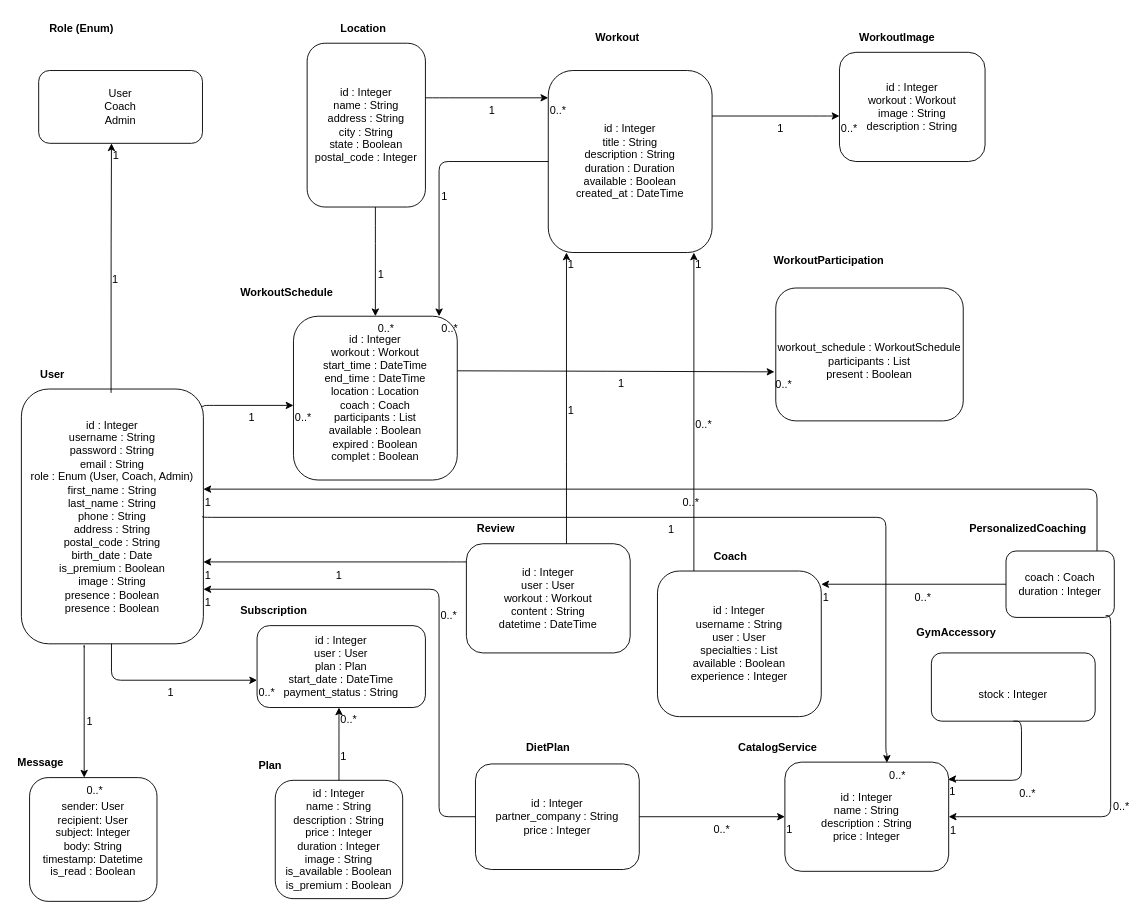
DipsLoco/TFE_2024 keeps this draw.io diagram as Diagramme de classe25082024definitif.drawio. Above is the earlier version. Source tidied: cells renumbered, new cells numbered last; positions are measured from the earlier drawing's top-left corner, leaving out a move shared by most shapes. Both pictures are drawn from the tidied source at 91%, with x=0, y=0 at pixel (15, 15).
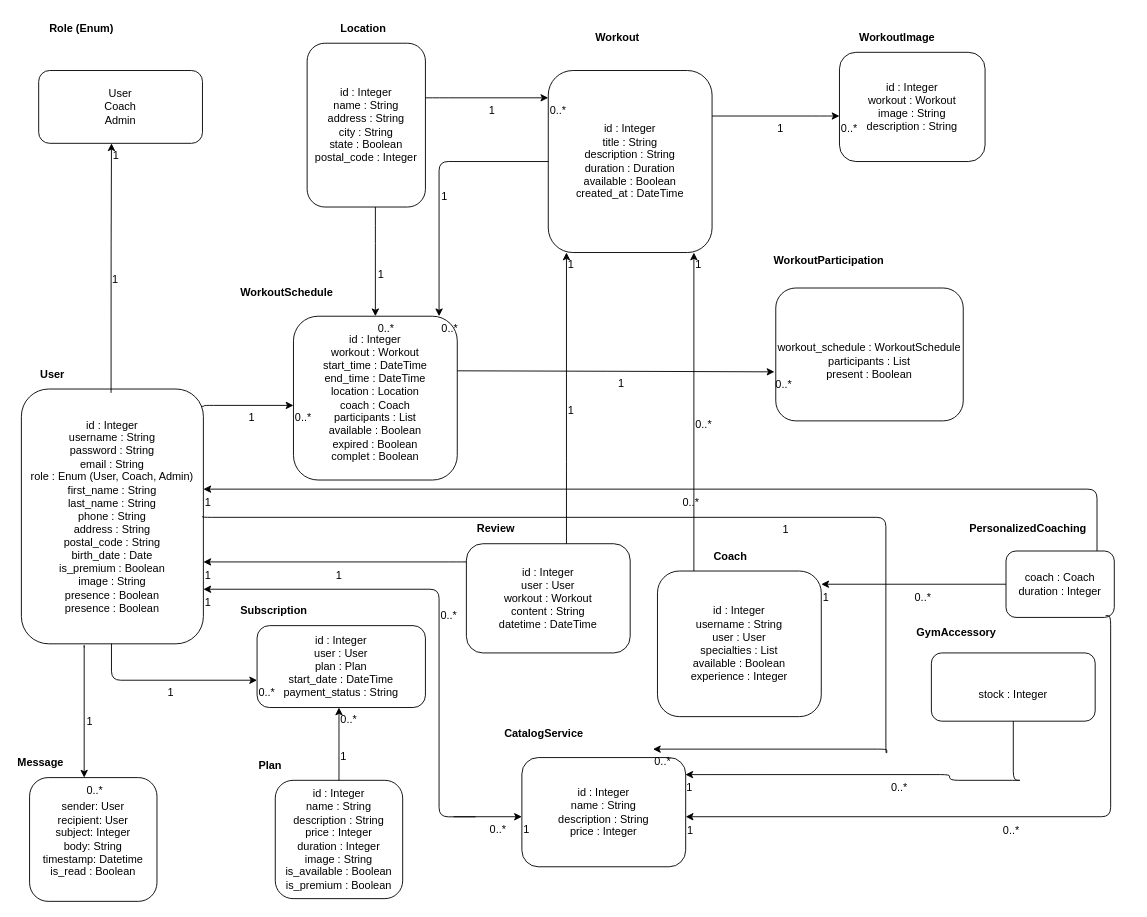
The same page after the edit.

Commit message:
Mettre à jour Diagramme de classe25082024definitif.drawio

Unchanged cells that the change refers to:
```xml
<mxCell id="3" value="&lt;span style=&quot;text-align: left; text-wrap: nowrap;&quot;&gt;id : Integer&lt;/span&gt;&lt;br style=&quot;text-align: left; text-wrap: nowrap;&quot;&gt;&lt;span style=&quot;text-align: left; text-wrap: nowrap;&quot;&gt;username : String&lt;/span&gt;&lt;br style=&quot;text-align: left; text-wrap: nowrap;&quot;&gt;&lt;span style=&quot;text-align: left; text-wrap: nowrap;&quot;&gt;password : String&lt;/span&gt;&lt;br style=&quot;text-align: left; text-wrap: nowrap;&quot;&gt;&lt;span style=&quot;text-align: left; text-wrap: nowrap;&quot;&gt;email : String&lt;/span&gt;&lt;br style=&quot;text-align: left; text-wrap: nowrap;&quot;&gt;&lt;span style=&quot;text-align: left; text-wrap: nowrap;&quot;&gt;role : Enum (User, Coach, Admin)&lt;/span&gt;&lt;br style=&quot;text-align: left; text-wrap: nowrap;&quot;&gt;&lt;span style=&quot;text-align: left; text-wrap: nowrap;&quot;&gt;first_name : String&lt;/span&gt;&lt;br style=&quot;text-align: left; text-wrap: nowrap;&quot;&gt;&lt;span style=&quot;text-align: left; text-wrap: nowrap;&quot;&gt;last_name : String&lt;/span&gt;&lt;br style=&quot;text-align: left; text-wrap: nowrap;&quot;&gt;&lt;span style=&quot;text-align: left; text-wrap: nowrap;&quot;&gt;phone : String&lt;/span&gt;&lt;br style=&quot;text-align: left; text-wrap: nowrap;&quot;&gt;&lt;span style=&quot;text-align: left; text-wrap: nowrap;&quot;&gt;address : String&lt;/span&gt;&lt;br style=&quot;text-align: left; text-wrap: nowrap;&quot;&gt;&lt;span style=&quot;text-align: left; text-wrap: nowrap;&quot;&gt;postal_code : String&lt;/span&gt;&lt;br style=&quot;text-align: left; text-wrap: nowrap;&quot;&gt;&lt;span style=&quot;text-align: left; text-wrap: nowrap;&quot;&gt;birth_date : Date&lt;/span&gt;&lt;br style=&quot;text-align: left; text-wrap: nowrap;&quot;&gt;&lt;span style=&quot;text-align: left; text-wrap: nowrap;&quot;&gt;is_premium : Boolean&lt;/span&gt;&lt;br style=&quot;text-align: left; text-wrap: nowrap;&quot;&gt;&lt;span style=&quot;text-align: left; text-wrap: nowrap;&quot;&gt;image : String&lt;/span&gt;&lt;br style=&quot;text-align: left; text-wrap: nowrap;&quot;&gt;&lt;div&gt;&lt;span style=&quot;text-align: left; text-wrap: nowrap;&quot;&gt;presence : Boolean&lt;/span&gt;&lt;/div&gt;&lt;div&gt;&lt;span style=&quot;text-align: left; text-wrap: nowrap;&quot;&gt;presence : Boolean&lt;/span&gt;&lt;/div&gt;" style="rounded=1;whiteSpace=wrap;html=1;" parent="1" vertex="1">
  <mxGeometry x="6" y="410" width="200" height="280" as="geometry" />
</mxCell>
```

Change to the diagram source:
```diff
@@
     <mxCell id="24" value="CatalogService" style="text;html=1;whiteSpace=wrap;fontStyle=1;" parent="1" vertex="1">
-      <mxGeometry x="792" y="790" width="180" height="30" as="geometry" />
+      <mxGeometry x="535" y="775" width="180" height="30" as="geometry" />
     </mxCell>
     <mxCell id="25" value="&lt;span style=&quot;text-align: left; text-wrap: nowrap;&quot;&gt;id : Integer&lt;/span&gt;&lt;br style=&quot;text-align: left; text-wrap: nowrap;&quot;&gt;&lt;span style=&quot;text-align: left; text-wrap: nowrap;&quot;&gt;name : String&lt;/span&gt;&lt;br style=&quot;text-align: left; text-wrap: nowrap;&quot;&gt;&lt;span style=&quot;text-align: left; text-wrap: nowrap;&quot;&gt;description : String&lt;/span&gt;&lt;br style=&quot;text-align: left; text-wrap: nowrap;&quot;&gt;&lt;span style=&quot;text-align: left; text-wrap: nowrap;&quot;&gt;price : Integer&lt;/span&gt;" style="rounded=1;whiteSpace=wrap;html=1;" parent="1" vertex="1">
-      <mxGeometry x="845" y="820" width="180" height="120" as="geometry" />
+      <mxGeometry x="556" y="815" width="180" height="120" as="geometry" />
     </mxCell>
@@
-    <mxCell id="30" value="DietPlan" style="text;html=1;whiteSpace=wrap;fontStyle=1;" parent="1" vertex="1">
-      <mxGeometry x="559" y="790" width="180" height="30" as="geometry" />
-    </mxCell>
-    <mxCell id="31" value="id : Integer&lt;br style=&quot;text-wrap: nowrap; background-color: rgb(255, 255, 255); text-align: left;&quot;&gt;&lt;span style=&quot;text-wrap: nowrap; background-color: rgb(255, 255, 255); text-align: left;&quot;&gt;partner_company : String&lt;/span&gt;&lt;br style=&quot;text-wrap: nowrap; background-color: rgb(255, 255, 255); text-align: left;&quot;&gt;&lt;span style=&quot;text-wrap: nowrap; background-color: rgb(255, 255, 255); text-align: left;&quot;&gt;price : Integer&lt;/span&gt;" style="rounded=1;whiteSpace=wrap;html=1;" parent="1" vertex="1">
-      <mxGeometry x="505" y="822" width="180" height="116" as="geometry" />
-    </mxCell>
@@
-    <mxCell id="80" style="edgeStyle=orthogonalEdgeStyle;rounded=1;html=1;" parent="1" edge="1" source="31" target="25">
-      <mxGeometry relative="1" as="geometry" />
+    <mxCell id="80" style="edgeStyle=orthogonalEdgeStyle;rounded=1;html=1;" parent="1" edge="1" target="25">
+      <mxGeometry relative="1" as="geometry">
+        <mxPoint x="481" y="880" as="sourcePoint" />
+        <Array as="points">
+          <mxPoint x="735" y="880" />
+          <mxPoint x="735" y="880" />
+        </Array>
+      </mxGeometry>
     </mxCell>
@@
-    <mxCell id="83" style="edgeStyle=orthogonalEdgeStyle;rounded=1;html=1;" parent="1" edge="1" source="31" target="3">
+    <mxCell id="83" style="edgeStyle=orthogonalEdgeStyle;rounded=1;html=1;" parent="1" edge="1" target="3">
       <mxGeometry relative="1" as="geometry">
+        <mxPoint x="505" y="880.1" as="sourcePoint" />
         <Array as="points">
           <mxPoint x="465" y="880" />
           <mxPoint x="465" y="630" />
         </Array>
       </mxGeometry>
     </mxCell>
```
